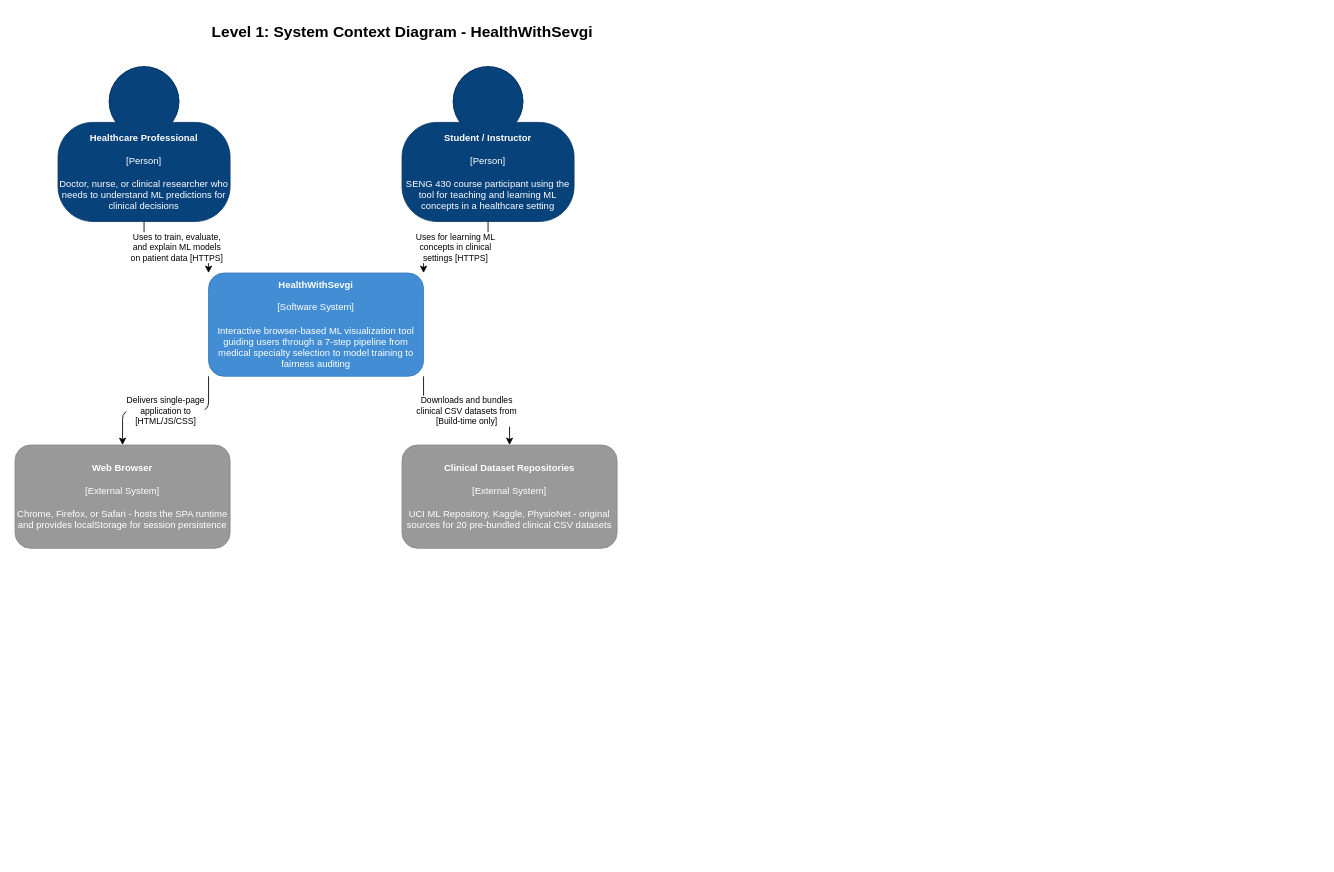
Before: docs/drawio/c4-level1-system-context.drawio in EudaLabs/HealthWithSevgi, a draw.io diagram. Source tidied: cells renumbered, new cells numbered last; positions are measured from the earlier drawing's top-left corner, leaving out a move shared by most shapes. Both pictures are drawn from the tidied source at 86%, with x=0, y=0 at pixel (15, 15).
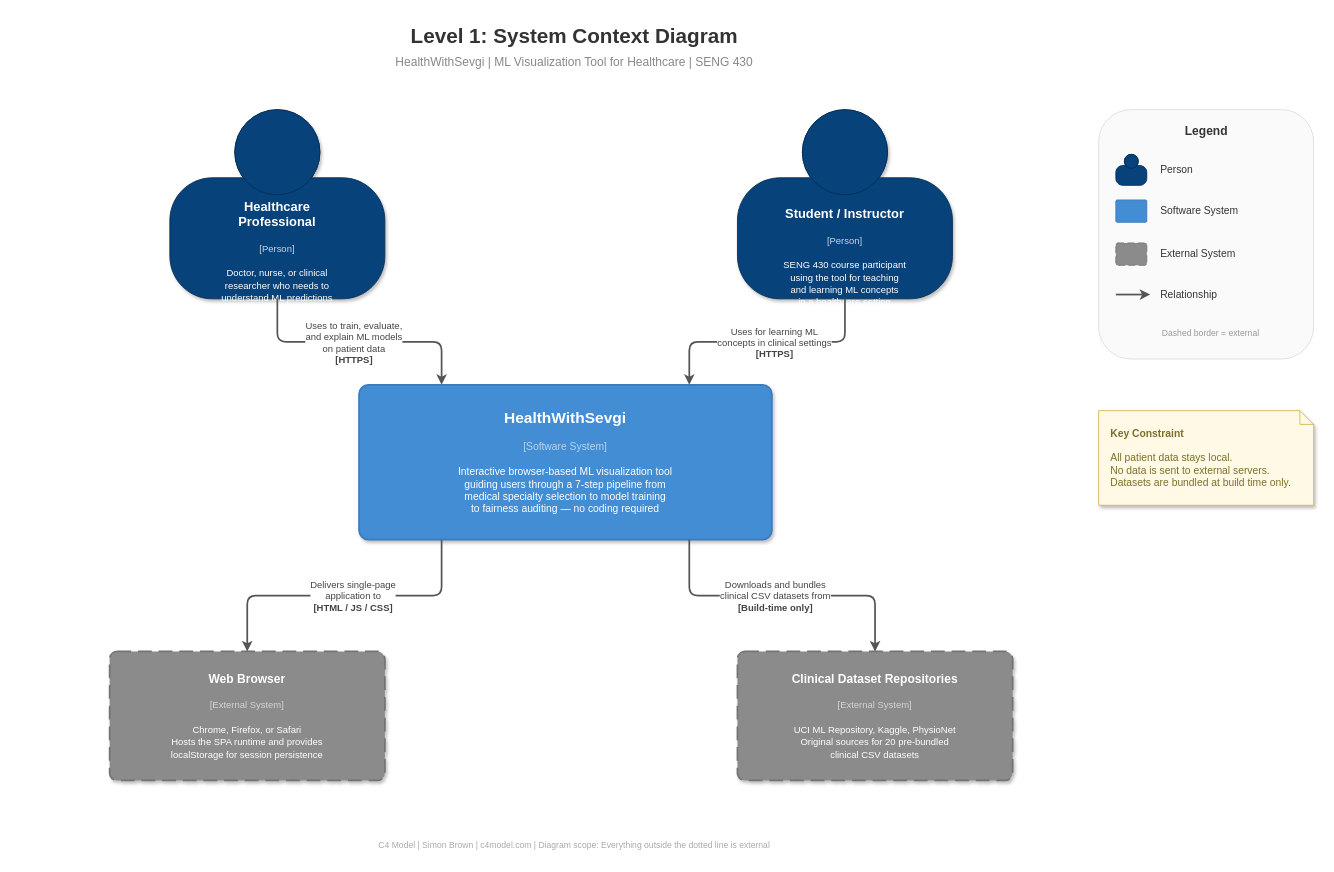
Above is the later version.

The edit, as a diff of the source:
```diff
@@
-    <mxCell id="2" value="Level 1: System Context Diagram - HealthWithSevgi" style="text;html=1;align=center;verticalAlign=middle;strokeColor=none;fillColor=none;fontSize=18;fontStyle=1;" parent="1" vertex="1">
-      <mxGeometry x="200" width="500" height="40" as="geometry" />
-    </mxCell>
+    <mxCell id="12" value="&lt;font style=&quot;font-size:24px;color:#333333;&quot;&gt;&lt;b&gt;Level 1: System Context Diagram&lt;/b&gt;&lt;/font&gt;" style="text;html=1;align=center;verticalAlign=middle;strokeColor=none;fillColor=none;" parent="1" vertex="1">
+      <mxGeometry x="350" y="5" width="600" height="40" as="geometry" />
+    </mxCell>
+    <mxCell id="13" value="&lt;font style=&quot;font-size:14px;color:#888888;&quot;&gt;HealthWithSevgi  |  ML Visualization Tool for Healthcare  |  SENG 430&lt;/font&gt;" style="text;html=1;align=center;verticalAlign=middle;strokeColor=none;fillColor=none;" parent="1" vertex="1">
+      <mxGeometry x="350" y="40" width="600" height="30" as="geometry" />
+    </mxCell>
-    <mxCell id="3" value="&lt;b&gt;Healthcare Professional&lt;/b&gt;&lt;br/&gt;&lt;br/&gt;[Person]&lt;br/&gt;&lt;br/&gt;Doctor, nurse, or clinical researcher who needs to understand ML predictions for clinical decisions" style="shape=mxgraph.c4.person2;whiteSpace=wrap;html=1;fillColor=#08427B;fontColor=#ffffff;rounded=1;align=center;points=[[0.5,0,0],[1,0.5,0],[1,0.75,0],[0.75,1,0],[0.5,1,0],[0.25,1,0],[0,0.75,0],[0,0.5,0]];strokeColor=#073763;fontSize=11;" parent="1" vertex="1">
-      <mxGeometry x="50" y="60" width="200" height="180" as="geometry" />
+    <mxCell id="3" value="&lt;div style=&quot;margin-top:44px;&quot;&gt;&lt;b style=&quot;font-size:15px;&quot;&gt;Healthcare&lt;br&gt;Professional&lt;/b&gt;&lt;br&gt;&lt;br&gt;&lt;font style=&quot;font-size:11px;color:#CBD5E1;&quot;&gt;[Person]&lt;/font&gt;&lt;br&gt;&lt;br&gt;&lt;font style=&quot;font-size:11px;&quot;&gt;Doctor, nurse, or clinical&lt;br&gt;researcher who needs to&lt;br&gt;understand ML predictions&lt;br&gt;for clinical decisions&lt;/font&gt;&lt;/div&gt;" style="shape=mxgraph.c4.person2;whiteSpace=wrap;html=1;fillColor=#08427B;fontColor=#ffffff;rounded=1;align=center;points=[[0.5,0,0],[1,0.5,0],[1,0.75,0],[0.75,1,0],[0.5,1,0],[0.25,1,0],[0,0.75,0],[0,0.5,0]];strokeColor=#052E56;shadow=1;" parent="1" vertex="1">
+      <mxGeometry x="180" y="110" width="250" height="220" as="geometry" />
     </mxCell>
-    <mxCell id="4" value="&lt;b&gt;Student / Instructor&lt;/b&gt;&lt;br/&gt;&lt;br/&gt;[Person]&lt;br/&gt;&lt;br/&gt;SENG 430 course participant using the tool for teaching and learning ML concepts in a healthcare setting" style="shape=mxgraph.c4.person2;whiteSpace=wrap;html=1;fillColor=#08427B;fontColor=#ffffff;rounded=1;align=center;points=[[0.5,0,0],[1,0.5,0],[1,0.75,0],[0.75,1,0],[0.5,1,0],[0.25,1,0],[0,0.75,0],[0,0.5,0]];strokeColor=#073763;fontSize=11;" parent="1" vertex="1">
-      <mxGeometry x="450" y="60" width="200" height="180" as="geometry" />
+    <mxCell id="4" value="&lt;div style=&quot;margin-top:44px;&quot;&gt;&lt;b style=&quot;font-size:15px;&quot;&gt;Student / Instructor&lt;/b&gt;&lt;br&gt;&lt;br&gt;&lt;font style=&quot;font-size:11px;color:#CBD5E1;&quot;&gt;[Person]&lt;/font&gt;&lt;br&gt;&lt;br&gt;&lt;font style=&quot;font-size:11px;&quot;&gt;SENG 430 course participant&lt;br&gt;using the tool for teaching&lt;br&gt;and learning ML concepts&lt;br&gt;in a healthcare setting&lt;/font&gt;&lt;/div&gt;" style="shape=mxgraph.c4.person2;whiteSpace=wrap;html=1;fillColor=#08427B;fontColor=#ffffff;rounded=1;align=center;points=[[0.5,0,0],[1,0.5,0],[1,0.75,0],[0.75,1,0],[0.5,1,0],[0.25,1,0],[0,0.75,0],[0,0.5,0]];strokeColor=#052E56;shadow=1;" parent="1" vertex="1">
+      <mxGeometry x="840" y="110" width="250" height="220" as="geometry" />
     </mxCell>
-    <mxCell id="5" value="&lt;b&gt;HealthWithSevgi&lt;/b&gt;&lt;br/&gt;&lt;br/&gt;[Software System]&lt;br/&gt;&lt;br/&gt;Interactive browser-based ML visualization tool guiding users through a 7-step pipeline from medical specialty selection to model training to fairness auditing" style="rounded=1;whiteSpace=wrap;html=1;fillColor=#438DD5;fontColor=#ffffff;strokeColor=#3A7BBD;align=center;fontSize=11;" parent="1" vertex="1">
-      <mxGeometry x="225" y="300" width="250" height="120" as="geometry" />
-    </mxCell>
-    <mxCell id="6" value="&lt;b&gt;Clinical Dataset Repositories&lt;/b&gt;&lt;br/&gt;&lt;br/&gt;[External System]&lt;br/&gt;&lt;br/&gt;UCI ML Repository, Kaggle, PhysioNet - original sources for 20 pre-bundled clinical CSV datasets" style="rounded=1;whiteSpace=wrap;html=1;fillColor=#999999;fontColor=#ffffff;strokeColor=#888888;align=center;fontSize=11;" parent="1" vertex="1">
-      <mxGeometry x="450" y="500" width="250" height="120" as="geometry" />
-    </mxCell>
-    <mxCell id="7" value="&lt;b&gt;Web Browser&lt;/b&gt;&lt;br/&gt;&lt;br/&gt;[External System]&lt;br/&gt;&lt;br/&gt;Chrome, Firefox, or Safari - hosts the SPA runtime and provides localStorage for session persistence" style="rounded=1;whiteSpace=wrap;html=1;fillColor=#999999;fontColor=#ffffff;strokeColor=#888888;align=center;fontSize=11;" parent="1" vertex="1">
-      <mxGeometry y="500" width="250" height="120" as="geometry" />
-    </mxCell>
+    <mxCell id="14" value="&lt;b style=&quot;font-size:18px;&quot;&gt;HealthWithSevgi&lt;/b&gt;&lt;br&gt;&lt;br&gt;&lt;font style=&quot;font-size:12px;color:#B8D4F0;&quot;&gt;[Software System]&lt;/font&gt;&lt;br&gt;&lt;br&gt;&lt;font style=&quot;font-size:12px;&quot;&gt;Interactive browser-based ML visualization tool&lt;br&gt;guiding users through a 7-step pipeline from&lt;br&gt;medical specialty selection to model training&lt;br&gt;to fairness auditing &amp;mdash; no coding required&lt;/font&gt;" style="rounded=1;whiteSpace=wrap;html=1;fillColor=#438DD5;fontColor=#ffffff;strokeColor=#3A7BBD;align=center;shadow=1;arcSize=6;strokeWidth=2;" parent="1" vertex="1">
+      <mxGeometry x="400" y="430" width="480" height="180" as="geometry" />
+    </mxCell>
+    <mxCell id="15" value="&lt;b style=&quot;font-size:14px;&quot;&gt;Web Browser&lt;/b&gt;&lt;br&gt;&lt;br&gt;&lt;font style=&quot;font-size:11px;color:#D4D4D4;&quot;&gt;[External System]&lt;/font&gt;&lt;br&gt;&lt;br&gt;&lt;font style=&quot;font-size:11px;&quot;&gt;Chrome, Firefox, or Safari&lt;br&gt;Hosts the SPA runtime and provides&lt;br&gt;localStorage for session persistence&lt;/font&gt;" style="rounded=1;whiteSpace=wrap;html=1;fillColor=#8B8B8B;fontColor=#ffffff;strokeColor=#737373;align=center;shadow=1;arcSize=6;dashed=1;dashPattern=8 4;strokeWidth=2;" parent="1" vertex="1">
+      <mxGeometry x="110" y="740" width="320" height="150" as="geometry" />
+    </mxCell>
+    <mxCell id="16" value="&lt;b style=&quot;font-size:14px;&quot;&gt;Clinical Dataset Repositories&lt;/b&gt;&lt;br&gt;&lt;br&gt;&lt;font style=&quot;font-size:11px;color:#D4D4D4;&quot;&gt;[External System]&lt;/font&gt;&lt;br&gt;&lt;br&gt;&lt;font style=&quot;font-size:11px;&quot;&gt;UCI ML Repository, Kaggle, PhysioNet&lt;br&gt;Original sources for 20 pre-bundled&lt;br&gt;clinical CSV datasets&lt;/font&gt;" style="rounded=1;whiteSpace=wrap;html=1;fillColor=#8B8B8B;fontColor=#ffffff;strokeColor=#737373;align=center;shadow=1;arcSize=6;dashed=1;dashPattern=8 4;strokeWidth=2;" parent="1" vertex="1">
+      <mxGeometry x="840" y="740" width="320" height="150" as="geometry" />
+    </mxCell>
+    <mxCell id="17" style="edgeStyle=orthogonalEdgeStyle;rounded=1;jettySize=auto;html=1;strokeWidth=2;strokeColor=#555555;exitX=0.5;exitY=1;exitDx=0;exitDy=0;entryX=0.2;entryY=0;entryDx=0;entryDy=0;" parent="1" edge="1" source="3" target="14">
+      <mxGeometry relative="1" as="geometry" />
+    </mxCell>
-    <mxCell id="8" value="Uses to train, evaluate,&lt;br/&gt;and explain ML models&lt;br/&gt;on patient data [HTTPS]" style="edgeStyle=orthogonalEdgeStyle;rounded=1;dashed=0;html=1;exitX=0.5;exitY=1;exitDx=0;exitDy=0;entryX=0;entryY=0;entryDx=0;entryDy=0;fontSize=10;" parent="1" edge="1" source="3" target="5">
-      <mxGeometry relative="1" as="geometry" />
+    <mxCell id="8" value="&lt;font style=&quot;font-size:11px;color:#444444;&quot;&gt;Uses to train, evaluate,&lt;br&gt;and explain ML models&lt;br&gt;on patient data&lt;br&gt;&lt;b&gt;[HTTPS]&lt;/b&gt;&lt;/font&gt;" style="edgeLabel;html=1;align=center;verticalAlign=middle;fillColor=#FFFFFF;rounded=1;strokeColor=#DDDDDD;spacingTop=3;spacingBottom=3;spacingLeft=6;spacingRight=6;shadow=0;" parent="17" vertex="1">
+      <mxGeometry x="-0.05" relative="1" as="geometry" />
     </mxCell>
+    <mxCell id="18" style="edgeStyle=orthogonalEdgeStyle;rounded=1;jettySize=auto;html=1;strokeWidth=2;strokeColor=#555555;exitX=0.5;exitY=1;exitDx=0;exitDy=0;entryX=0.8;entryY=0;entryDx=0;entryDy=0;" parent="1" edge="1" source="4" target="14">
+      <mxGeometry relative="1" as="geometry" />
+    </mxCell>
-    <mxCell id="9" value="Uses for learning ML&lt;br/&gt;concepts in clinical&lt;br/&gt;settings [HTTPS]" style="edgeStyle=orthogonalEdgeStyle;rounded=1;dashed=0;html=1;exitX=0.5;exitY=1;exitDx=0;exitDy=0;entryX=1;entryY=0;entryDx=0;entryDy=0;fontSize=10;" parent="1" edge="1" source="4" target="5">
-      <mxGeometry relative="1" as="geometry" />
+    <mxCell id="9" value="&lt;font style=&quot;font-size:11px;color:#444444;&quot;&gt;Uses for learning ML&lt;br&gt;concepts in clinical settings&lt;br&gt;&lt;b&gt;[HTTPS]&lt;/b&gt;&lt;/font&gt;" style="edgeLabel;html=1;align=center;verticalAlign=middle;fillColor=#FFFFFF;rounded=1;strokeColor=#DDDDDD;spacingTop=3;spacingBottom=3;spacingLeft=6;spacingRight=6;shadow=0;" parent="18" vertex="1">
+      <mxGeometry x="-0.05" relative="1" as="geometry" />
     </mxCell>
-    <mxCell id="10" value="Delivers single-page&lt;br/&gt;application to&lt;br/&gt;[HTML/JS/CSS]" style="edgeStyle=orthogonalEdgeStyle;rounded=1;dashed=0;html=1;exitX=0;exitY=1;exitDx=0;exitDy=0;entryX=0.5;entryY=0;entryDx=0;entryDy=0;fontSize=10;" parent="1" edge="1" source="5" target="7">
-      <mxGeometry relative="1" as="geometry" />
-    </mxCell>
+    <mxCell id="19" style="edgeStyle=orthogonalEdgeStyle;rounded=1;jettySize=auto;html=1;strokeWidth=2;strokeColor=#555555;exitX=0.2;exitY=1;exitDx=0;exitDy=0;entryX=0.5;entryY=0;entryDx=0;entryDy=0;" parent="1" edge="1" source="14" target="15">
+      <mxGeometry relative="1" as="geometry" />
+    </mxCell>
+    <mxCell id="20" value="&lt;font style=&quot;font-size:11px;color:#444444;&quot;&gt;Delivers single-page&lt;br&gt;application to&lt;br&gt;&lt;b&gt;[HTML / JS / CSS]&lt;/b&gt;&lt;/font&gt;" style="edgeLabel;html=1;align=center;verticalAlign=middle;fillColor=#FFFFFF;rounded=1;strokeColor=#DDDDDD;spacingTop=3;spacingBottom=3;spacingLeft=6;spacingRight=6;shadow=0;" parent="19" vertex="1">
+      <mxGeometry x="-0.05" relative="1" as="geometry" />
+    </mxCell>
+    <mxCell id="21" style="edgeStyle=orthogonalEdgeStyle;rounded=1;jettySize=auto;html=1;strokeWidth=2;strokeColor=#555555;exitX=0.8;exitY=1;exitDx=0;exitDy=0;entryX=0.5;entryY=0;entryDx=0;entryDy=0;" parent="1" edge="1" source="14" target="16">
+      <mxGeometry relative="1" as="geometry" />
+    </mxCell>
-    <mxCell id="11" value="Downloads and bundles&lt;br/&gt;clinical CSV datasets from&lt;br/&gt;[Build-time only]" style="edgeStyle=orthogonalEdgeStyle;rounded=1;dashed=0;html=1;exitX=1;exitY=1;exitDx=0;exitDy=0;entryX=0.5;entryY=0;entryDx=0;entryDy=0;fontSize=10;" parent="1" edge="1" source="5" target="6">
-      <mxGeometry relative="1" as="geometry" />
+    <mxCell id="11" value="&lt;font style=&quot;font-size:11px;color:#444444;&quot;&gt;Downloads and bundles&lt;br&gt;clinical CSV datasets from&lt;br&gt;&lt;b&gt;[Build-time only]&lt;/b&gt;&lt;/font&gt;" style="edgeLabel;html=1;align=center;verticalAlign=middle;fillColor=#FFFFFF;rounded=1;strokeColor=#DDDDDD;spacingTop=3;spacingBottom=3;spacingLeft=6;spacingRight=6;shadow=0;" parent="21" vertex="1">
+      <mxGeometry x="-0.05" relative="1" as="geometry" />
     </mxCell>
+    <mxCell id="22" style="rounded=1;whiteSpace=wrap;html=1;fillColor=#FAFAFA;strokeColor=#DDDDDD;strokeWidth=1;shadow=0;" parent="1" vertex="1">
+      <mxGeometry x="1260" y="110" width="250" height="290" as="geometry" />
+    </mxCell>
+    <mxCell id="23" value="&lt;b style=&quot;font-size:14px;color:#333333;&quot;&gt;Legend&lt;/b&gt;" style="text;html=1;align=center;verticalAlign=middle;strokeColor=none;fillColor=none;" parent="1" vertex="1">
+      <mxGeometry x="1335" y="120" width="100" height="30" as="geometry" />
+    </mxCell>
+    <mxCell id="24" style="shape=mxgraph.c4.person2;whiteSpace=wrap;html=1;fillColor=#08427B;fontColor=#ffffff;strokeColor=#052E56;" parent="1" vertex="1">
+      <mxGeometry x="1280" y="162" width="36" height="36" as="geometry" />
+    </mxCell>
+    <mxCell id="25" value="&lt;font style=&quot;font-size:12px;color:#333333;&quot;&gt;Person&lt;/font&gt;" style="text;html=1;align=left;verticalAlign=middle;strokeColor=none;fillColor=none;" parent="1" vertex="1">
+      <mxGeometry x="1330" y="165" width="80" height="30" as="geometry" />
+    </mxCell>
+    <mxCell id="26" style="rounded=1;whiteSpace=wrap;html=1;fillColor=#438DD5;fontColor=#ffffff;strokeColor=#3A7BBD;arcSize=6;" parent="1" vertex="1">
+      <mxGeometry x="1280" y="215" width="36" height="26" as="geometry" />
+    </mxCell>
+    <mxCell id="27" value="&lt;font style=&quot;font-size:12px;color:#333333;&quot;&gt;Software System&lt;/font&gt;" style="text;html=1;align=left;verticalAlign=middle;strokeColor=none;fillColor=none;" parent="1" vertex="1">
+      <mxGeometry x="1330" y="213" width="130" height="30" as="geometry" />
+    </mxCell>
+    <mxCell id="28" style="rounded=1;whiteSpace=wrap;html=1;fillColor=#8B8B8B;fontColor=#ffffff;strokeColor=#737373;arcSize=6;dashed=1;dashPattern=8 4;" parent="1" vertex="1">
+      <mxGeometry x="1280" y="265" width="36" height="26" as="geometry" />
+    </mxCell>
+    <mxCell id="29" value="&lt;font style=&quot;font-size:12px;color:#333333;&quot;&gt;External System&lt;/font&gt;" style="text;html=1;align=left;verticalAlign=middle;strokeColor=none;fillColor=none;" parent="1" vertex="1">
+      <mxGeometry x="1330" y="263" width="120" height="30" as="geometry" />
+    </mxCell>
+    <mxCell id="30" style="endArrow=classic;html=1;strokeWidth=2;strokeColor=#555555;rounded=1;" parent="1" edge="1">
+      <mxGeometry relative="1" as="geometry">
+        <mxPoint x="1280" y="325" as="sourcePoint" />
+        <mxPoint x="1320" y="325" as="targetPoint" />
+      </mxGeometry>
+    </mxCell>
+    <mxCell id="31" value="&lt;font style=&quot;font-size:12px;color:#333333;&quot;&gt;Relationship&lt;/font&gt;" style="text;html=1;align=left;verticalAlign=middle;strokeColor=none;fillColor=none;" parent="1" vertex="1">
+      <mxGeometry x="1330" y="310" width="100" height="30" as="geometry" />
+    </mxCell>
+    <mxCell id="32" value="&lt;font style=&quot;font-size:10px;color:#999999;&quot;&gt;Dashed border = external&lt;/font&gt;" style="text;html=1;align=center;verticalAlign=middle;strokeColor=none;fillColor=none;" parent="1" vertex="1">
+      <mxGeometry x="1290" y="355" width="200" height="30" as="geometry" />
+    </mxCell>
+    <mxCell id="33" value="&lt;font style=&quot;font-size:12px;color:#7C6F2A;&quot;&gt;&lt;b&gt;Key Constraint&lt;/b&gt;&lt;br&gt;&lt;br&gt;All patient data stays local.&lt;br&gt;No data is sent to external servers.&lt;br&gt;Datasets are bundled at build time only.&lt;/font&gt;" style="shape=note;whiteSpace=wrap;html=1;size=16;fillColor=#FFF9E6;strokeColor=#D4B84D;align=left;spacingLeft=12;spacingRight=8;rounded=0;shadow=1;strokeWidth=1;" parent="1" vertex="1">
+      <mxGeometry x="1260" y="460" width="250" height="110" as="geometry" />
+    </mxCell>
+    <mxCell id="34" value="&lt;font style=&quot;font-size:10px;color:#AAAAAA;&quot;&gt;C4 Model  |  Simon Brown  |  c4model.com  |  Diagram scope: Everything outside the dotted line is external&lt;/font&gt;" style="text;html=1;align=center;verticalAlign=middle;strokeColor=none;fillColor=none;" parent="1" vertex="1">
+      <mxGeometry x="350" y="950" width="600" height="30" as="geometry" />
+    </mxCell>
```
